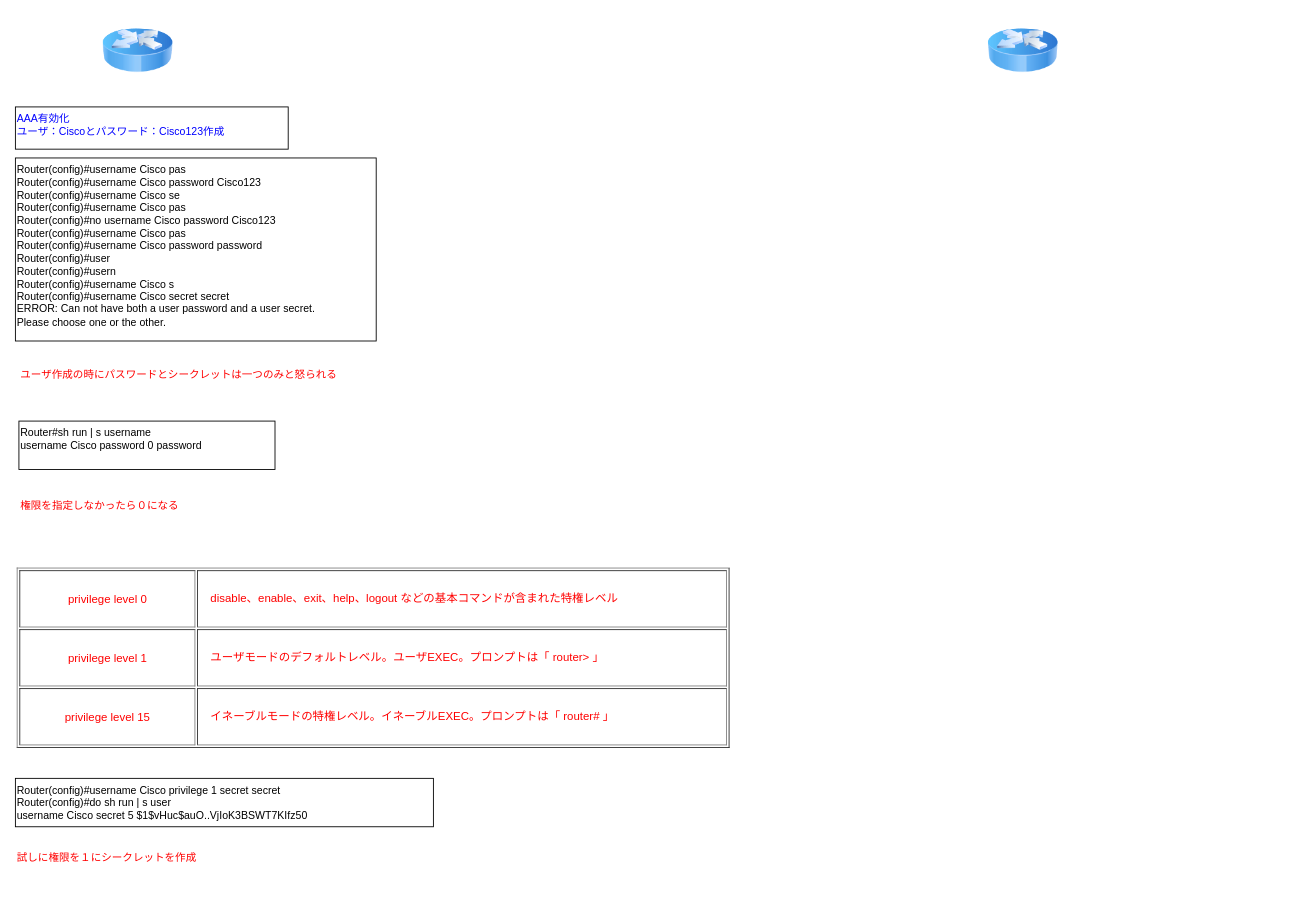
The draw.io diagram page "AAA認証" (1 of 2) of AAA.drawio in kyforprogram/ccna, before the edit. Source tidied: cells renumbered, new cells numbered last; positions are measured from the earlier drawing's top-left corner, leaving out a move shared by most shapes. Both pictures are drawn from the tidied source at 88%, with x=0, y=0 at pixel (15, 15).
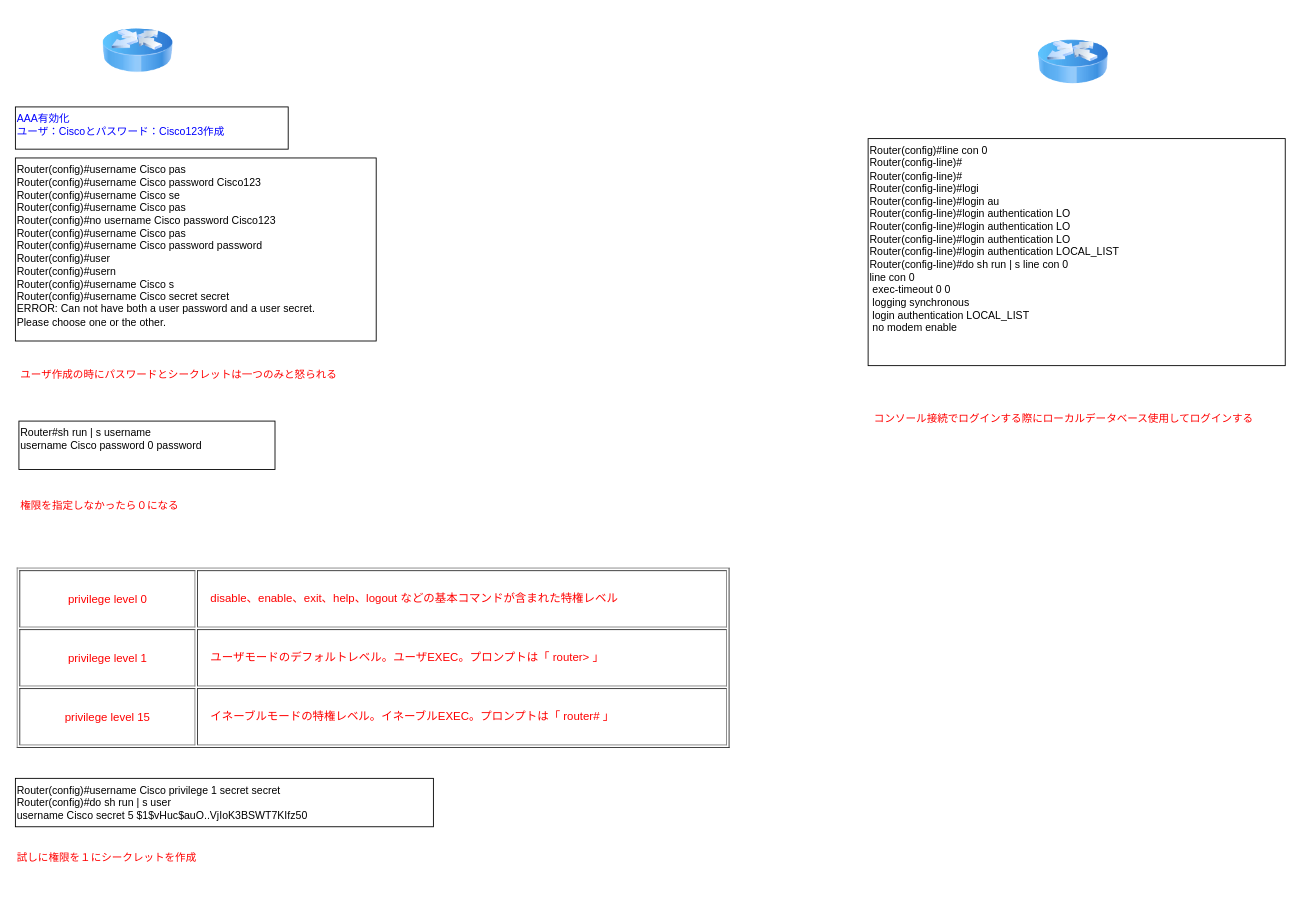
The same page after the edit.

Commit message:
AAA.drawio を更新します

What changed in the source:
```diff
@@
 <mxGraphModel>
   <root>
     <mxCell id="0" />
     <mxCell id="1" parent="0" />
     <mxCell id="2" style="image;html=1;image=img/lib/clip_art/networking/Router_Icon_128x128.png;" parent="1" vertex="1">
       <mxGeometry x="99" width="80" height="80" as="geometry" />
     </mxCell>
     <mxCell id="3" value="AAA有効化&lt;br&gt;ユーザ：Ciscoとパスワード：Cisco123作成" style="whiteSpace=wrap;html=1;align=left;verticalAlign=top;fontColor=#0000FF;" parent="1" vertex="1">
       <mxGeometry y="104" width="310" height="48" as="geometry" />
     </mxCell>
     <mxCell id="4" value="&lt;div style=&quot;border-color: var(--border-color);&quot;&gt;Router(config)#username Cisco pas&lt;/div&gt;&lt;div style=&quot;border-color: var(--border-color);&quot;&gt;Router(config)#username Cisco password Cisco123&lt;/div&gt;&lt;div style=&quot;border-color: var(--border-color);&quot;&gt;Router(config)#username Cisco se&lt;/div&gt;&lt;div style=&quot;border-color: var(--border-color);&quot;&gt;Router(config)#username Cisco pas&lt;/div&gt;&lt;div style=&quot;border-color: var(--border-color);&quot;&gt;Router(config)#no username Cisco password Cisco123&lt;/div&gt;&lt;div style=&quot;border-color: var(--border-color);&quot;&gt;Router(config)#username Cisco pas&lt;/div&gt;&lt;div style=&quot;border-color: var(--border-color);&quot;&gt;Router(config)#username Cisco password password&lt;/div&gt;&lt;div style=&quot;border-color: var(--border-color);&quot;&gt;Router(config)#user&lt;/div&gt;&lt;div style=&quot;border-color: var(--border-color);&quot;&gt;Router(config)#usern&lt;/div&gt;&lt;div style=&quot;border-color: var(--border-color);&quot;&gt;Router(config)#username Cisco s&lt;/div&gt;&lt;div style=&quot;border-color: var(--border-color);&quot;&gt;Router(config)#username Cisco secret secret&lt;/div&gt;&lt;div style=&quot;border-color: var(--border-color);&quot;&gt;ERROR: Can not have both a user password and a user secret.&lt;/div&gt;&lt;div style=&quot;border-color: var(--border-color);&quot;&gt;Please choose one or the other.&lt;/div&gt;" style="whiteSpace=wrap;html=1;align=left;verticalAlign=top;" parent="1" vertex="1">
       <mxGeometry y="162" width="410" height="208" as="geometry" />
     </mxCell>
     <mxCell id="5" value="&lt;div style=&quot;border-color: var(--border-color);&quot;&gt;&lt;div style=&quot;border-color: var(--border-color);&quot;&gt;&lt;span style=&quot;background-color: initial;&quot;&gt;Router#sh run | s username&lt;/span&gt;&lt;br&gt;&lt;/div&gt;&lt;div style=&quot;border-color: var(--border-color);&quot;&gt;username Cisco password 0 password&lt;/div&gt;&lt;/div&gt;" style="whiteSpace=wrap;html=1;align=left;verticalAlign=top;" parent="1" vertex="1">
       <mxGeometry x="4" y="461" width="291" height="55" as="geometry" />
     </mxCell>
     <mxCell id="6" value="&lt;div style=&quot;border-color: var(--border-color);&quot;&gt;&lt;div style=&quot;border-color: var(--border-color);&quot;&gt;ユーザ作成の時にパスワードとシークレットは一つのみと怒られる&lt;br&gt;&lt;/div&gt;&lt;/div&gt;" style="whiteSpace=wrap;html=1;align=left;verticalAlign=top;fontColor=#FF0000;strokeColor=none;" parent="1" vertex="1">
       <mxGeometry x="4" y="394" width="426" height="55" as="geometry" />
     </mxCell>
     <mxCell id="7" value="&lt;div style=&quot;border-color: var(--border-color);&quot;&gt;&lt;div style=&quot;border-color: var(--border-color);&quot;&gt;権限を指定しなかったら０になる&lt;br&gt;&lt;/div&gt;&lt;/div&gt;" style="whiteSpace=wrap;html=1;align=left;verticalAlign=top;fontColor=#FF0000;strokeColor=none;" parent="1" vertex="1">
       <mxGeometry x="4" y="543" width="426" height="55" as="geometry" />
     </mxCell>
     <mxCell id="8" value="&lt;div style=&quot;border-color: var(--border-color);&quot;&gt;&lt;div style=&quot;border-color: var(--border-color);&quot;&gt;&lt;table style=&quot;font-family: Meiryo;&quot; height=&quot;205&quot; width=&quot;810&quot; border=&quot;1&quot;&gt;&lt;tbody&gt;&lt;tr&gt;&lt;td width=&quot;196&quot; height=&quot;46&quot; align=&quot;center&quot;&gt;&lt;font face=&quot;メイリオ&quot; size=&quot;-1&quot;&gt;&lt;font face=&quot;MS Reference Sans Serif&quot;&gt;privilege level 0&lt;/font&gt;&lt;/font&gt;&lt;/td&gt;&lt;td width=&quot;598&quot; height=&quot;46&quot; align=&quot;left&quot;&gt;&lt;p style=&quot;line-height: 28.8px;&quot;&gt;&lt;font face=&quot;メイリオ&quot; size=&quot;-1&quot;&gt;　disable、enable、exit、help、logout などの基本コマンドが含まれた特権レベル&lt;/font&gt;&lt;/p&gt;&lt;/td&gt;&lt;/tr&gt;&lt;tr&gt;&lt;td width=&quot;196&quot; height=&quot;46&quot; align=&quot;center&quot;&gt;&lt;font face=&quot;メイリオ&quot; size=&quot;-1&quot;&gt;&lt;font face=&quot;MS Reference Sans Serif&quot;&gt;privilege level 1&lt;/font&gt;&lt;/font&gt;&lt;/td&gt;&lt;td width=&quot;598&quot; height=&quot;46&quot; align=&quot;left&quot;&gt;&lt;p style=&quot;line-height: 28.8px;&quot;&gt;&lt;font face=&quot;メイリオ&quot; size=&quot;-1&quot;&gt;　ユーザモードのデフォルトレベル。ユーザEXEC。プロンプトは「&amp;nbsp;&lt;/font&gt;&lt;font color=&quot;#ff0000&quot; face=&quot;メイリオ&quot; size=&quot;-1&quot;&gt;router&amp;gt;&lt;/font&gt;&lt;font face=&quot;メイリオ&quot; size=&quot;-1&quot;&gt;&amp;nbsp;」&lt;/font&gt;&lt;/p&gt;&lt;/td&gt;&lt;/tr&gt;&lt;tr&gt;&lt;td width=&quot;196&quot; height=&quot;46&quot; align=&quot;center&quot;&gt;&lt;font face=&quot;メイリオ&quot; size=&quot;-1&quot;&gt;&lt;font face=&quot;MS Reference Sans Serif&quot;&gt;privilege level 15&lt;/font&gt;&lt;/font&gt;&lt;/td&gt;&lt;td width=&quot;598&quot; height=&quot;46&quot; align=&quot;left&quot;&gt;&lt;p style=&quot;line-height: 28.8px;&quot;&gt;&lt;font face=&quot;メイリオ&quot; size=&quot;-1&quot;&gt;　イネーブルモードの特権レベル。イネーブルEXEC。プロンプトは「&lt;/font&gt;&lt;font color=&quot;#ff0000&quot; face=&quot;メイリオ&quot; size=&quot;-1&quot;&gt;&amp;nbsp;router#&lt;/font&gt;&lt;font face=&quot;メイリオ&quot; size=&quot;-1&quot;&gt;&amp;nbsp;」&lt;/font&gt;&lt;/p&gt;&lt;/td&gt;&lt;/tr&gt;&lt;/tbody&gt;&lt;/table&gt;&lt;/div&gt;&lt;/div&gt;" style="whiteSpace=wrap;html=1;align=left;verticalAlign=top;fontColor=#FF0000;strokeColor=none;" parent="1" vertex="1">
       <mxGeometry y="621" width="846" height="230" as="geometry" />
     </mxCell>
     <mxCell id="9" value="&lt;div style=&quot;border-color: var(--border-color);&quot;&gt;&lt;div style=&quot;border-color: var(--border-color);&quot;&gt;Router(config)#username Cisco privilege 1 secret secret&lt;br&gt;&lt;div style=&quot;border-color: var(--border-color);&quot;&gt;Router(config)#do sh run | s user&lt;/div&gt;&lt;div style=&quot;border-color: var(--border-color);&quot;&gt;username Cisco secret 5 $1$vHuc$auO..VjIoK3BSWT7KIfz50&lt;/div&gt;&lt;/div&gt;&lt;/div&gt;" style="whiteSpace=wrap;html=1;align=left;verticalAlign=top;" parent="1" vertex="1">
       <mxGeometry y="867" width="475" height="55" as="geometry" />
     </mxCell>
     <mxCell id="10" value="&lt;div style=&quot;border-color: var(--border-color);&quot;&gt;&lt;div style=&quot;border-color: var(--border-color);&quot;&gt;試しに権限を１にシークレットを作成&lt;/div&gt;&lt;/div&gt;" style="whiteSpace=wrap;html=1;align=left;verticalAlign=top;fontColor=#FF0000;strokeColor=none;" parent="1" vertex="1">
       <mxGeometry y="943" width="426" height="55" as="geometry" />
     </mxCell>
     <mxCell id="11" style="image;html=1;image=img/lib/clip_art/networking/Router_Icon_128x128.png;" parent="1" vertex="1">
-      <mxGeometry x="1105" width="80" height="80" as="geometry" />
+      <mxGeometry x="1162" y="13" width="80" height="80" as="geometry" />
     </mxCell>
+    <mxCell id="12" value="&lt;div style=&quot;border-color: var(--border-color);&quot;&gt;&lt;div style=&quot;border-color: var(--border-color);&quot;&gt;Router(config)#line con 0&lt;/div&gt;&lt;div style=&quot;border-color: var(--border-color);&quot;&gt;Router(config-line)#&lt;/div&gt;&lt;div style=&quot;border-color: var(--border-color);&quot;&gt;Router(config-line)#&lt;/div&gt;&lt;div style=&quot;border-color: var(--border-color);&quot;&gt;Router(config-line)#logi&lt;/div&gt;&lt;div style=&quot;border-color: var(--border-color);&quot;&gt;Router(config-line)#login au&lt;/div&gt;&lt;div style=&quot;border-color: var(--border-color);&quot;&gt;Router(config-line)#login authentication LO&lt;/div&gt;&lt;div style=&quot;border-color: var(--border-color);&quot;&gt;Router(config-line)#login authentication LO&lt;/div&gt;&lt;div style=&quot;border-color: var(--border-color);&quot;&gt;Router(config-line)#login authentication LO&lt;/div&gt;&lt;div style=&quot;border-color: var(--border-color);&quot;&gt;Router(config-line)#login authentication LOCAL_LIST&lt;/div&gt;&lt;div style=&quot;border-color: var(--border-color);&quot;&gt;Router(config-line)#do sh run | s line con 0&lt;/div&gt;&lt;div style=&quot;border-color: var(--border-color);&quot;&gt;line con 0&lt;/div&gt;&lt;div style=&quot;border-color: var(--border-color);&quot;&gt;&amp;nbsp;exec-timeout 0 0&lt;/div&gt;&lt;div style=&quot;border-color: var(--border-color);&quot;&gt;&amp;nbsp;logging synchronous&lt;/div&gt;&lt;div style=&quot;border-color: var(--border-color);&quot;&gt;&amp;nbsp;login authentication LOCAL_LIST&lt;/div&gt;&lt;div style=&quot;border-color: var(--border-color);&quot;&gt;&amp;nbsp;no modem enable&lt;/div&gt;&lt;/div&gt;" style="whiteSpace=wrap;html=1;align=left;verticalAlign=top;" parent="1" vertex="1">
+      <mxGeometry x="969" y="140" width="474" height="258" as="geometry" />
+    </mxCell>
+    <mxCell id="13" value="コンソール接続でログインする際にローカルデータベース使用してログインする" style="whiteSpace=wrap;html=1;align=left;verticalAlign=top;fontColor=#FF0000;strokeColor=none;" parent="1" vertex="1">
+      <mxGeometry x="974" y="445" width="484" height="55" as="geometry" />
+    </mxCell>
   </root>
 </mxGraphModel>
```
